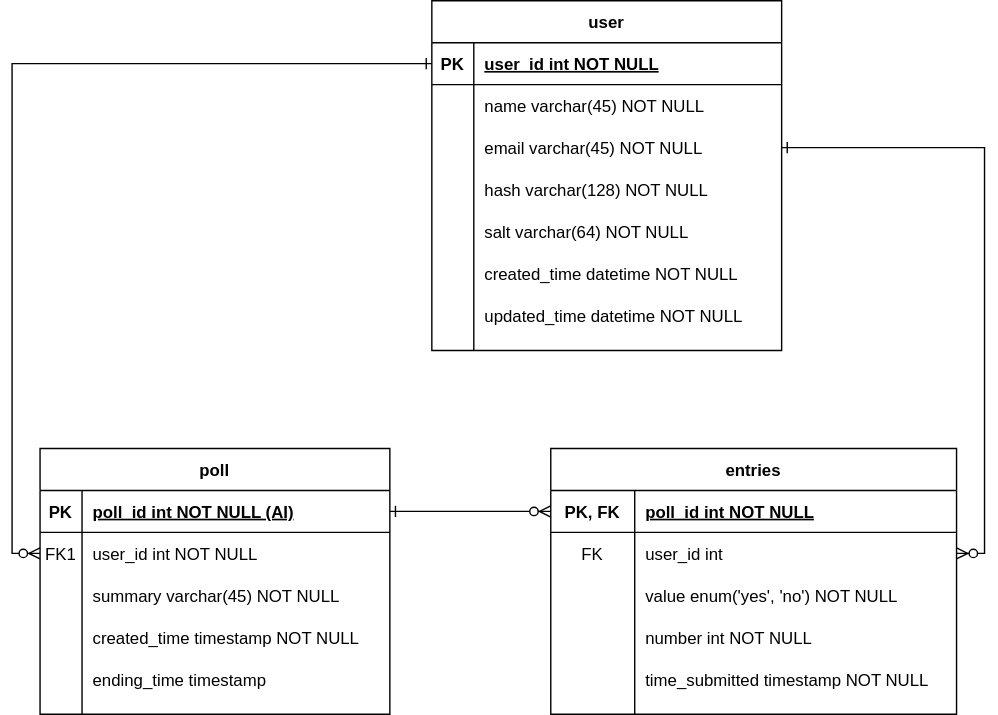
The draw.io diagram DomainModel.svg in oyjoh/DAT250-FeedApp-Project, before a commit. Source tidied: cells renumbered, new cells last; positions are measured from the earlier drawing's top-left corner, leaving out a move shared by most shapes.
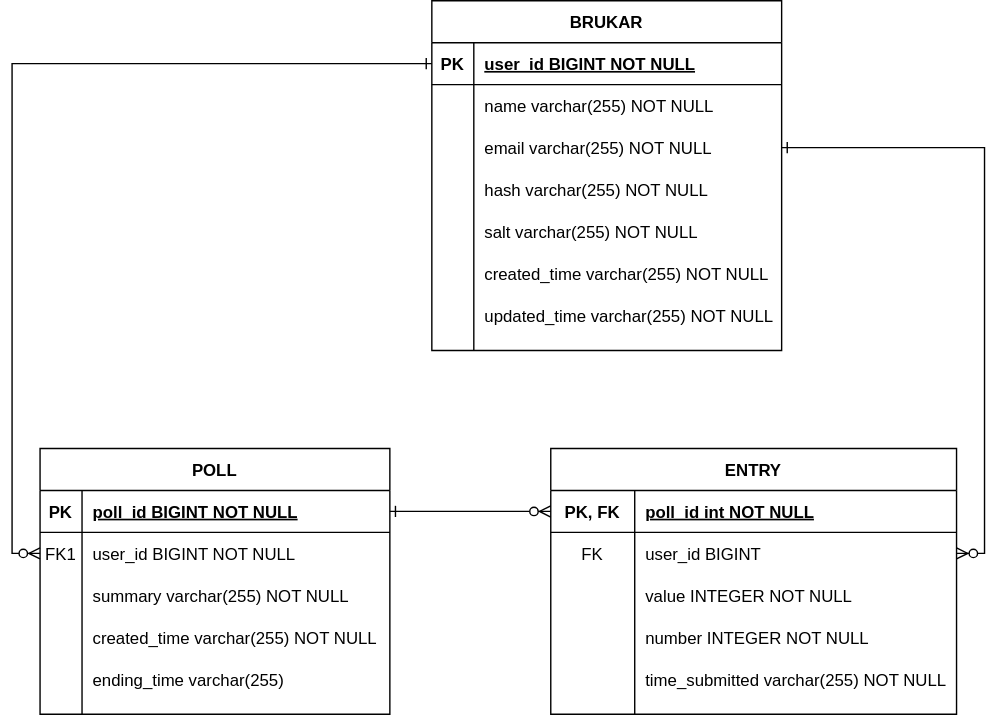
Later version of the same file.

Diff of the diagram source:
```diff
@@ -2,7 +2,7 @@
   <root>
     <mxCell id="0" />
     <mxCell id="1" parent="0" />
-    <mxCell id="2" value="user" style="shape=table;startSize=30;rowLines=0;fontStyle=1;align=center;" parent="1" vertex="1">
+    <mxCell id="2" value="BRUKAR" style="shape=table;startSize=30;rowLines=0;fontStyle=1;align=center;" parent="1" vertex="1">
       <mxGeometry x="280" width="250" height="250" as="geometry" />
     </mxCell>
     <mxCell id="3" style="shape=partialRectangle;fillColor=none;points=[[0,0.5],[1,0.5]];portConstraint=eastwest;top=0;left=0;right=0;bottom=1;" parent="2" vertex="1">
@@ -11,7 +11,7 @@
     <mxCell id="4" value="PK" style="shape=partialRectangle;overflow=hidden;fillColor=none;top=0;left=0;bottom=0;right=0;fontStyle=1;" parent="3" vertex="1">
       <mxGeometry width="30" height="30" as="geometry" />
     </mxCell>
-    <mxCell id="5" value="user_id int NOT NULL " style="shape=partialRectangle;overflow=hidden;fillColor=none;top=0;left=0;bottom=0;right=0;align=left;spacingLeft=6;fontStyle=5;" parent="3" vertex="1">
+    <mxCell id="5" value="user_id BIGINT NOT NULL " style="shape=partialRectangle;overflow=hidden;fillColor=none;top=0;left=0;bottom=0;right=0;align=left;spacingLeft=6;fontStyle=5;" parent="3" vertex="1">
       <mxGeometry x="30" width="220" height="30" as="geometry" />
     </mxCell>
     <mxCell id="6" style="shape=partialRectangle;fillColor=none;top=0;left=0;right=0;bottom=0;" parent="2" vertex="1">
@@ -20,7 +20,7 @@
     <mxCell id="7" style="shape=partialRectangle;overflow=hidden;fillColor=none;top=0;left=0;bottom=0;right=0;" parent="6" vertex="1">
       <mxGeometry width="30" height="30" as="geometry" />
     </mxCell>
-    <mxCell id="8" value="name varchar(45) NOT NULL" style="shape=partialRectangle;overflow=hidden;fillColor=none;top=0;left=0;bottom=0;right=0;align=left;spacingLeft=6;" parent="6" vertex="1">
+    <mxCell id="8" value="name varchar(255) NOT NULL" style="shape=partialRectangle;overflow=hidden;fillColor=none;top=0;left=0;bottom=0;right=0;align=left;spacingLeft=6;" parent="6" vertex="1">
       <mxGeometry x="30" width="220" height="30" as="geometry" />
     </mxCell>
     <mxCell id="9" style="shape=partialRectangle;fillColor=none;points=[[0,0.5],[1,0.5]];portConstraint=eastwest;top=0;left=0;right=0;bottom=0;" parent="2" vertex="1">
@@ -29,7 +29,7 @@
     <mxCell id="10" style="shape=partialRectangle;overflow=hidden;fillColor=none;top=0;left=0;bottom=0;right=0;" parent="9" vertex="1">
       <mxGeometry width="30" height="30" as="geometry" />
     </mxCell>
-    <mxCell id="11" value="email varchar(45) NOT NULL" style="shape=partialRectangle;overflow=hidden;fillColor=none;top=0;left=0;bottom=0;right=0;align=left;spacingLeft=6;" parent="9" vertex="1">
+    <mxCell id="11" value="email varchar(255) NOT NULL" style="shape=partialRectangle;overflow=hidden;fillColor=none;top=0;left=0;bottom=0;right=0;align=left;spacingLeft=6;" parent="9" vertex="1">
       <mxGeometry x="30" width="220" height="30" as="geometry" />
     </mxCell>
     <mxCell id="12" style="shape=partialRectangle;fillColor=none;top=0;left=0;right=0;bottom=0;" parent="2" vertex="1">
@@ -38,7 +38,7 @@
     <mxCell id="13" style="shape=partialRectangle;overflow=hidden;fillColor=none;top=0;left=0;bottom=0;right=0;" parent="12" vertex="1">
       <mxGeometry width="30" height="30" as="geometry" />
     </mxCell>
-    <mxCell id="14" value="hash varchar(128) NOT NULL" style="shape=partialRectangle;overflow=hidden;fillColor=none;top=0;left=0;bottom=0;right=0;align=left;spacingLeft=6;" parent="12" vertex="1">
+    <mxCell id="14" value="hash varchar(255) NOT NULL" style="shape=partialRectangle;overflow=hidden;fillColor=none;top=0;left=0;bottom=0;right=0;align=left;spacingLeft=6;" parent="12" vertex="1">
       <mxGeometry x="30" width="220" height="30" as="geometry" />
     </mxCell>
     <mxCell id="15" style="shape=partialRectangle;fillColor=none;top=0;left=0;right=0;bottom=0;" parent="2" vertex="1">
@@ -47,7 +47,7 @@
     <mxCell id="16" style="shape=partialRectangle;overflow=hidden;fillColor=none;top=0;left=0;bottom=0;right=0;" parent="15" vertex="1">
       <mxGeometry width="30" height="30" as="geometry" />
     </mxCell>
-    <mxCell id="17" value="salt varchar(64) NOT NULL" style="shape=partialRectangle;overflow=hidden;fillColor=none;top=0;left=0;bottom=0;right=0;align=left;spacingLeft=6;" parent="15" vertex="1">
+    <mxCell id="17" value="salt varchar(255) NOT NULL" style="shape=partialRectangle;overflow=hidden;fillColor=none;top=0;left=0;bottom=0;right=0;align=left;spacingLeft=6;" parent="15" vertex="1">
       <mxGeometry x="30" width="220" height="30" as="geometry" />
     </mxCell>
     <mxCell id="18" style="shape=partialRectangle;fillColor=none;top=0;left=0;right=0;bottom=0;" parent="2" vertex="1">
@@ -56,7 +56,7 @@
     <mxCell id="19" style="shape=partialRectangle;overflow=hidden;fillColor=none;top=0;left=0;bottom=0;right=0;" parent="18" vertex="1">
       <mxGeometry width="30" height="30" as="geometry" />
     </mxCell>
-    <mxCell id="20" value="created_time datetime NOT NULL" style="shape=partialRectangle;overflow=hidden;fillColor=none;top=0;left=0;bottom=0;right=0;align=left;spacingLeft=6;" parent="18" vertex="1">
+    <mxCell id="20" value="created_time varchar(255) NOT NULL" style="shape=partialRectangle;overflow=hidden;fillColor=none;top=0;left=0;bottom=0;right=0;align=left;spacingLeft=6;" parent="18" vertex="1">
       <mxGeometry x="30" width="220" height="30" as="geometry" />
     </mxCell>
     <mxCell id="21" style="shape=partialRectangle;fillColor=none;top=0;left=0;right=0;bottom=0;" parent="2" vertex="1">
@@ -65,7 +65,7 @@
     <mxCell id="22" style="shape=partialRectangle;overflow=hidden;fillColor=none;top=0;left=0;bottom=0;right=0;" parent="21" vertex="1">
       <mxGeometry width="30" height="30" as="geometry" />
     </mxCell>
-    <mxCell id="23" value="updated_time datetime NOT NULL" style="shape=partialRectangle;overflow=hidden;fillColor=none;top=0;left=0;bottom=0;right=0;align=left;spacingLeft=6;" parent="21" vertex="1">
+    <mxCell id="23" value="updated_time varchar(255) NOT NULL" style="shape=partialRectangle;overflow=hidden;fillColor=none;top=0;left=0;bottom=0;right=0;align=left;spacingLeft=6;" parent="21" vertex="1">
       <mxGeometry x="30" width="220" height="30" as="geometry" />
     </mxCell>
     <mxCell id="24" style="edgeStyle=orthogonalEdgeStyle;rounded=0;jettySize=auto;html=1;entryX=1;entryY=0.5;entryDx=0;entryDy=0;endArrow=ERzeroToMany;endFill=1;startArrow=ERone;startFill=0;" parent="1" edge="1" source="9" target="30">
@@ -74,7 +74,7 @@
     <mxCell id="25" style="edgeStyle=orthogonalEdgeStyle;rounded=0;jettySize=auto;html=1;entryX=0;entryY=0.5;entryDx=0;entryDy=0;endArrow=ERzeroToMany;endFill=1;startArrow=ERone;startFill=0;" parent="1" edge="1" source="3" target="46">
       <mxGeometry relative="1" as="geometry" />
     </mxCell>
-    <mxCell id="26" value="entries" style="shape=table;startSize=30;rowLines=0;fontStyle=1;align=center;" parent="1" vertex="1">
+    <mxCell id="26" value="ENTRY" style="shape=table;startSize=30;rowLines=0;fontStyle=1;align=center;" parent="1" vertex="1">
       <mxGeometry x="365" y="320" width="290" height="190" as="geometry" />
     </mxCell>
     <mxCell id="27" style="shape=partialRectangle;fillColor=none;points=[[0,0.5],[1,0.5]];portConstraint=eastwest;top=0;left=0;right=0;bottom=1;" parent="26" vertex="1">
@@ -92,7 +92,7 @@
     <mxCell id="31" value="FK" style="shape=partialRectangle;overflow=hidden;fillColor=none;top=0;left=0;bottom=0;right=0;" parent="30" vertex="1">
       <mxGeometry width="60" height="30" as="geometry" />
     </mxCell>
-    <mxCell id="32" value="user_id int" style="shape=partialRectangle;overflow=hidden;fillColor=none;top=0;left=0;bottom=0;right=0;align=left;spacingLeft=6;" parent="30" vertex="1">
+    <mxCell id="32" value="user_id BIGINT" style="shape=partialRectangle;overflow=hidden;fillColor=none;top=0;left=0;bottom=0;right=0;align=left;spacingLeft=6;" parent="30" vertex="1">
       <mxGeometry x="60" width="230" height="30" as="geometry" />
     </mxCell>
     <mxCell id="33" style="shape=partialRectangle;fillColor=none;top=0;left=0;right=0;bottom=0;" parent="26" vertex="1">
@@ -101,7 +101,7 @@
     <mxCell id="34" style="shape=partialRectangle;overflow=hidden;fillColor=none;top=0;left=0;bottom=0;right=0;" parent="33" vertex="1">
       <mxGeometry width="60" height="30" as="geometry" />
     </mxCell>
-    <mxCell id="35" value="value enum('yes', 'no') NOT NULL" style="shape=partialRectangle;overflow=hidden;fillColor=none;top=0;left=0;bottom=0;right=0;align=left;spacingLeft=6;" parent="33" vertex="1">
+    <mxCell id="35" value="value INTEGER NOT NULL" style="shape=partialRectangle;overflow=hidden;fillColor=none;top=0;left=0;bottom=0;right=0;align=left;spacingLeft=6;" parent="33" vertex="1">
       <mxGeometry x="60" width="230" height="30" as="geometry" />
     </mxCell>
     <mxCell id="36" style="shape=partialRectangle;fillColor=none;top=0;left=0;right=0;bottom=0;" parent="26" vertex="1">
@@ -110,7 +110,7 @@
     <mxCell id="37" style="shape=partialRectangle;overflow=hidden;fillColor=none;top=0;left=0;bottom=0;right=0;" parent="36" vertex="1">
       <mxGeometry width="60" height="30" as="geometry" />
     </mxCell>
-    <mxCell id="38" value="number int NOT NULL" style="shape=partialRectangle;overflow=hidden;fillColor=none;top=0;left=0;bottom=0;right=0;align=left;spacingLeft=6;" parent="36" vertex="1">
+    <mxCell id="38" value="number INTEGER NOT NULL" style="shape=partialRectangle;overflow=hidden;fillColor=none;top=0;left=0;bottom=0;right=0;align=left;spacingLeft=6;" parent="36" vertex="1">
       <mxGeometry x="60" width="230" height="30" as="geometry" />
     </mxCell>
     <mxCell id="39" style="shape=partialRectangle;fillColor=none;top=0;left=0;right=0;bottom=0;" parent="26" vertex="1">
@@ -119,10 +119,10 @@
     <mxCell id="40" style="shape=partialRectangle;overflow=hidden;fillColor=none;top=0;left=0;bottom=0;right=0;" parent="39" vertex="1">
       <mxGeometry width="60" height="30" as="geometry" />
     </mxCell>
-    <mxCell id="41" value="time_submitted timestamp NOT NULL" style="shape=partialRectangle;overflow=hidden;fillColor=none;top=0;left=0;bottom=0;right=0;align=left;spacingLeft=6;" parent="39" vertex="1">
+    <mxCell id="41" value="time_submitted varchar(255) NOT NULL" style="shape=partialRectangle;overflow=hidden;fillColor=none;top=0;left=0;bottom=0;right=0;align=left;spacingLeft=6;" parent="39" vertex="1">
       <mxGeometry x="60" width="230" height="30" as="geometry" />
     </mxCell>
-    <mxCell id="42" value="poll" style="shape=table;startSize=30;rowLines=0;fontStyle=1;align=center;" parent="1" vertex="1">
+    <mxCell id="42" value="POLL" style="shape=table;startSize=30;rowLines=0;fontStyle=1;align=center;" parent="1" vertex="1">
       <mxGeometry y="320" width="250" height="190" as="geometry" />
     </mxCell>
     <mxCell id="43" style="shape=partialRectangle;fillColor=none;points=[[0,0.5],[1,0.5]];portConstraint=eastwest;top=0;left=0;right=0;bottom=1;" parent="42" vertex="1">
@@ -131,7 +131,7 @@
     <mxCell id="44" value="PK" style="shape=partialRectangle;overflow=hidden;fillColor=none;top=0;left=0;bottom=0;right=0;fontStyle=1;" parent="43" vertex="1">
       <mxGeometry width="30" height="30" as="geometry" />
     </mxCell>
-    <mxCell id="45" value="poll_id int NOT NULL (AI)" style="shape=partialRectangle;overflow=hidden;fillColor=none;top=0;left=0;bottom=0;right=0;align=left;spacingLeft=6;fontStyle=5;" parent="43" vertex="1">
+    <mxCell id="45" value="poll_id BIGINT NOT NULL" style="shape=partialRectangle;overflow=hidden;fillColor=none;top=0;left=0;bottom=0;right=0;align=left;spacingLeft=6;fontStyle=5;" parent="43" vertex="1">
       <mxGeometry x="30" width="220" height="30" as="geometry" />
     </mxCell>
     <mxCell id="46" style="shape=partialRectangle;fillColor=none;points=[[0,0.5],[1,0.5]];portConstraint=eastwest;top=0;left=0;right=0;bottom=0;" parent="42" vertex="1">
@@ -140,7 +140,7 @@
     <mxCell id="47" value="FK1" style="shape=partialRectangle;overflow=hidden;fillColor=none;top=0;left=0;bottom=0;right=0;" parent="46" vertex="1">
       <mxGeometry width="30" height="30" as="geometry" />
     </mxCell>
-    <mxCell id="48" value="user_id int NOT NULL" style="shape=partialRectangle;overflow=hidden;fillColor=none;top=0;left=0;bottom=0;right=0;align=left;spacingLeft=6;" parent="46" vertex="1">
+    <mxCell id="48" value="user_id BIGINT NOT NULL" style="shape=partialRectangle;overflow=hidden;fillColor=none;top=0;left=0;bottom=0;right=0;align=left;spacingLeft=6;" parent="46" vertex="1">
       <mxGeometry x="30" width="220" height="30" as="geometry" />
     </mxCell>
     <mxCell id="49" style="shape=partialRectangle;fillColor=none;top=0;left=0;right=0;bottom=0;" parent="42" vertex="1">
@@ -149,7 +149,7 @@
     <mxCell id="50" style="shape=partialRectangle;overflow=hidden;fillColor=none;top=0;left=0;bottom=0;right=0;" parent="49" vertex="1">
       <mxGeometry width="30" height="30" as="geometry" />
     </mxCell>
-    <mxCell id="51" value="summary varchar(45) NOT NULL" style="shape=partialRectangle;overflow=hidden;fillColor=none;top=0;left=0;bottom=0;right=0;align=left;spacingLeft=6;" parent="49" vertex="1">
+    <mxCell id="51" value="summary varchar(255) NOT NULL" style="shape=partialRectangle;overflow=hidden;fillColor=none;top=0;left=0;bottom=0;right=0;align=left;spacingLeft=6;" parent="49" vertex="1">
       <mxGeometry x="30" width="220" height="30" as="geometry" />
     </mxCell>
     <mxCell id="52" style="shape=partialRectangle;fillColor=none;top=0;left=0;right=0;bottom=0;" parent="42" vertex="1">
@@ -158,7 +158,7 @@
     <mxCell id="53" style="shape=partialRectangle;overflow=hidden;fillColor=none;top=0;left=0;bottom=0;right=0;" parent="52" vertex="1">
       <mxGeometry width="30" height="30" as="geometry" />
     </mxCell>
-    <mxCell id="54" value="created_time timestamp NOT NULL" style="shape=partialRectangle;overflow=hidden;fillColor=none;top=0;left=0;bottom=0;right=0;align=left;spacingLeft=6;" parent="52" vertex="1">
+    <mxCell id="54" value="created_time varchar(255) NOT NULL" style="shape=partialRectangle;overflow=hidden;fillColor=none;top=0;left=0;bottom=0;right=0;align=left;spacingLeft=6;" parent="52" vertex="1">
       <mxGeometry x="30" width="220" height="30" as="geometry" />
     </mxCell>
     <mxCell id="55" style="shape=partialRectangle;fillColor=none;top=0;left=0;right=0;bottom=0;" parent="42" vertex="1">
@@ -167,7 +167,7 @@
     <mxCell id="56" style="shape=partialRectangle;overflow=hidden;fillColor=none;top=0;left=0;bottom=0;right=0;" parent="55" vertex="1">
       <mxGeometry width="30" height="30" as="geometry" />
     </mxCell>
-    <mxCell id="57" value="ending_time timestamp" style="shape=partialRectangle;overflow=hidden;fillColor=none;top=0;left=0;bottom=0;right=0;align=left;spacingLeft=6;" parent="55" vertex="1">
+    <mxCell id="57" value="ending_time varchar(255)" style="shape=partialRectangle;overflow=hidden;fillColor=none;top=0;left=0;bottom=0;right=0;align=left;spacingLeft=6;" parent="55" vertex="1">
       <mxGeometry x="30" width="220" height="30" as="geometry" />
     </mxCell>
     <mxCell id="58" style="edgeStyle=orthogonalEdgeStyle;rounded=0;jettySize=auto;html=1;entryX=0;entryY=0.5;entryDx=0;entryDy=0;startArrow=ERone;startFill=0;endArrow=ERzeroToMany;endFill=1;" parent="1" edge="1" source="43" target="27">
```
